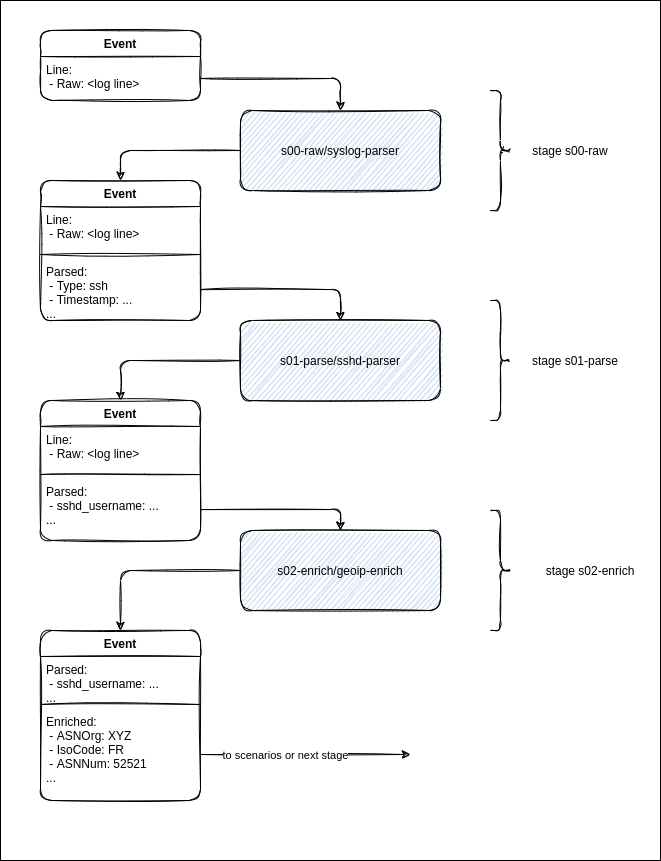
Above: crowdsec-docs/static/img/global-parser-diagrams.png in crowdsecurity/crowdsec-docs (draw.io), before the change. Source tidied: cells renumbered, new cells last; positions are measured from the earlier drawing's top-left corner, leaving out a move shared by most shapes.
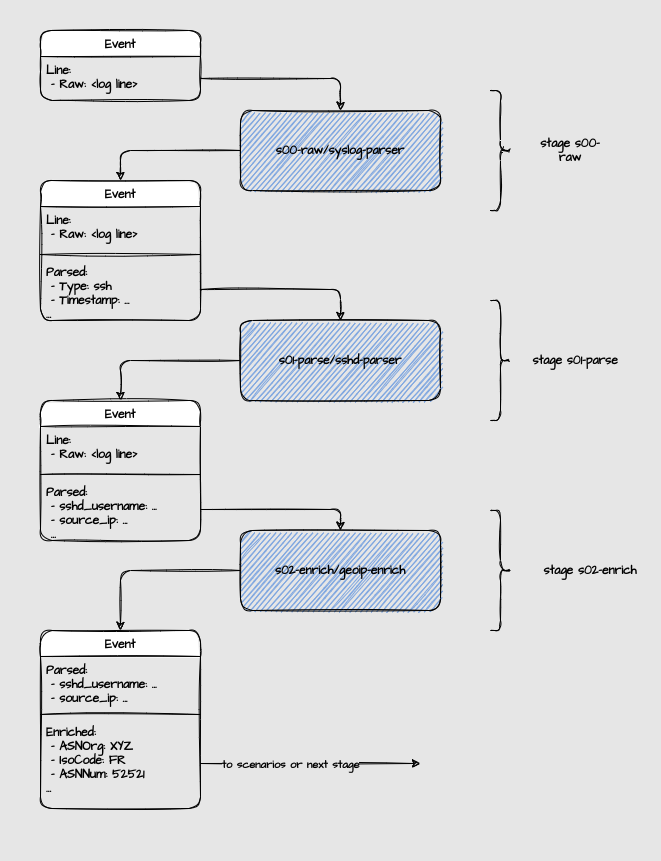
After the change.

The edit, as a diff of the source:
```diff
@@ -2,111 +2,111 @@
   <root>
     <mxCell id="0" />
     <mxCell id="1" parent="0" />
-    <mxCell id="2" style="rounded=0;whiteSpace=wrap;html=1;sketch=0;fillColor=#FFFFFF;" parent="1" vertex="1">
+    <mxCell id="2" style="rounded=0;whiteSpace=wrap;html=1;sketch=0;fillColor=#E6E6E6;fontFamily=Architects Daughter;fontSource=https%3A%2F%2Ffonts.googleapis.com%2Fcss%3Ffamily%3DArchitects%2BDaughter;fontStyle=1;strokeColor=#E6E6E6;" parent="1" vertex="1">
       <mxGeometry width="660" height="860" as="geometry" />
     </mxCell>
-    <mxCell id="3" value="Event" style="swimlane;fontStyle=1;align=center;verticalAlign=top;horizontal=1;startSize=26;rounded=1;sketch=1;" parent="1" vertex="1">
+    <mxCell id="3" value="Event" style="swimlane;fontStyle=1;align=center;verticalAlign=top;horizontal=1;startSize=26;rounded=1;sketch=1;fontFamily=Architects Daughter;fontSource=https%3A%2F%2Ffonts.googleapis.com%2Fcss%3Ffamily%3DArchitects%2BDaughter;" parent="1" vertex="1">
       <mxGeometry x="40" y="30" width="160" height="70" as="geometry" />
     </mxCell>
-    <mxCell id="4" value="Line:&#10; - Raw: &lt;log line&gt;" style="text;strokeColor=none;fillColor=none;align=left;verticalAlign=top;spacingLeft=4;spacingRight=4;overflow=hidden;points=[[0,0.5],[1,0.5]];portConstraint=eastwest;rounded=1;sketch=1;" parent="3" vertex="1">
+    <mxCell id="4" value="Line:&#10; - Raw: &lt;log line&gt;" style="text;strokeColor=none;fillColor=none;align=left;verticalAlign=top;spacingLeft=4;spacingRight=4;overflow=hidden;points=[[0,0.5],[1,0.5]];portConstraint=eastwest;rounded=1;sketch=1;fontFamily=Architects Daughter;fontSource=https%3A%2F%2Ffonts.googleapis.com%2Fcss%3Ffamily%3DArchitects%2BDaughter;fontStyle=1;" parent="3" vertex="1">
       <mxGeometry y="26" width="160" height="44" as="geometry" />
     </mxCell>
-    <mxCell id="5" style="edgeStyle=orthogonalEdgeStyle;jettySize=auto;html=1;entryX=0.5;entryY=0;entryDx=0;entryDy=0;sketch=1;" parent="1" edge="1" source="6" target="8">
+    <mxCell id="5" style="edgeStyle=orthogonalEdgeStyle;jettySize=auto;html=1;entryX=0.5;entryY=0;entryDx=0;entryDy=0;sketch=1;fontFamily=Architects Daughter;fontSource=https%3A%2F%2Ffonts.googleapis.com%2Fcss%3Ffamily%3DArchitects%2BDaughter;fontStyle=1;" parent="1" edge="1" source="6" target="8">
       <mxGeometry relative="1" as="geometry" />
     </mxCell>
-    <mxCell id="6" value="s00-raw/syslog-parser" style="whiteSpace=wrap;html=1;rounded=1;sketch=1;fillColor=#D4E1F5;" parent="1" vertex="1">
+    <mxCell id="6" value="s00-raw/syslog-parser" style="whiteSpace=wrap;html=1;rounded=1;sketch=1;fontFamily=Architects Daughter;fontSource=https%3A%2F%2Ffonts.googleapis.com%2Fcss%3Ffamily%3DArchitects%2BDaughter;fontStyle=1;fillColor=#7EA6E0;" parent="1" vertex="1">
       <mxGeometry x="240" y="110" width="200" height="80" as="geometry" />
     </mxCell>
-    <mxCell id="7" style="edgeStyle=orthogonalEdgeStyle;jettySize=auto;html=1;entryX=0.5;entryY=0;entryDx=0;entryDy=0;sketch=1;" parent="1" edge="1" source="4" target="6">
+    <mxCell id="7" style="edgeStyle=orthogonalEdgeStyle;jettySize=auto;html=1;entryX=0.5;entryY=0;entryDx=0;entryDy=0;sketch=1;fontFamily=Architects Daughter;fontSource=https%3A%2F%2Ffonts.googleapis.com%2Fcss%3Ffamily%3DArchitects%2BDaughter;fontStyle=1;" parent="1" edge="1" source="4" target="6">
       <mxGeometry relative="1" as="geometry" />
     </mxCell>
-    <mxCell id="8" value="Event" style="swimlane;fontStyle=1;align=center;verticalAlign=top;horizontal=1;startSize=26;rounded=1;sketch=1;" parent="1" vertex="1">
+    <mxCell id="8" value="Event" style="swimlane;fontStyle=1;align=center;verticalAlign=top;horizontal=1;startSize=26;rounded=1;sketch=1;fontFamily=Architects Daughter;fontSource=https%3A%2F%2Ffonts.googleapis.com%2Fcss%3Ffamily%3DArchitects%2BDaughter;" parent="1" vertex="1">
       <mxGeometry x="40" y="180" width="160" height="140" as="geometry" />
     </mxCell>
-    <mxCell id="9" value="Line:&#10; - Raw: &lt;log line&gt;" style="text;strokeColor=none;fillColor=none;align=left;verticalAlign=top;spacingLeft=4;spacingRight=4;overflow=hidden;fontStyle=0;rounded=1;sketch=1;" parent="8" vertex="1">
+    <mxCell id="9" value="Line:&#10; - Raw: &lt;log line&gt;" style="text;strokeColor=none;fillColor=none;align=left;verticalAlign=top;spacingLeft=4;spacingRight=4;overflow=hidden;fontStyle=1;rounded=1;sketch=1;fontFamily=Architects Daughter;fontSource=https%3A%2F%2Ffonts.googleapis.com%2Fcss%3Ffamily%3DArchitects%2BDaughter;" parent="8" vertex="1">
       <mxGeometry y="26" width="160" height="44" as="geometry" />
     </mxCell>
-    <mxCell id="10" style="line;strokeWidth=1;fillColor=none;align=left;verticalAlign=middle;spacingTop=-1;spacingLeft=3;spacingRight=3;labelPosition=right;rounded=1;sketch=1;" parent="8" vertex="1">
+    <mxCell id="10" style="line;strokeWidth=1;fillColor=none;align=left;verticalAlign=middle;spacingTop=-1;spacingLeft=3;spacingRight=3;labelPosition=right;rounded=1;sketch=1;fontFamily=Architects Daughter;fontSource=https%3A%2F%2Ffonts.googleapis.com%2Fcss%3Ffamily%3DArchitects%2BDaughter;fontStyle=1;" parent="8" vertex="1">
       <mxGeometry y="70" width="160" height="8" as="geometry" />
     </mxCell>
-    <mxCell id="11" value="Parsed:&#10; - Type: ssh&#10; - Timestamp: ...&#10;..." style="text;strokeColor=none;fillColor=none;align=left;verticalAlign=top;spacingLeft=4;spacingRight=4;overflow=hidden;points=[[0,0.5],[1,0.5]];portConstraint=eastwest;rounded=1;sketch=1;" parent="8" vertex="1">
+    <mxCell id="11" value="Parsed:&#10; - Type: ssh&#10; - Timestamp: ...&#10;..." style="text;strokeColor=none;fillColor=none;align=left;verticalAlign=top;spacingLeft=4;spacingRight=4;overflow=hidden;points=[[0,0.5],[1,0.5]];portConstraint=eastwest;rounded=1;sketch=1;fontFamily=Architects Daughter;fontSource=https%3A%2F%2Ffonts.googleapis.com%2Fcss%3Ffamily%3DArchitects%2BDaughter;fontStyle=1;" parent="8" vertex="1">
       <mxGeometry y="78" width="160" height="62" as="geometry" />
     </mxCell>
-    <mxCell id="12" style="edgeStyle=orthogonalEdgeStyle;jettySize=auto;html=1;entryX=0.5;entryY=0;entryDx=0;entryDy=0;sketch=1;" parent="1" edge="1" source="13" target="17">
+    <mxCell id="12" style="edgeStyle=orthogonalEdgeStyle;jettySize=auto;html=1;entryX=0.5;entryY=0;entryDx=0;entryDy=0;sketch=1;fontFamily=Architects Daughter;fontSource=https%3A%2F%2Ffonts.googleapis.com%2Fcss%3Ffamily%3DArchitects%2BDaughter;fontStyle=1;" parent="1" edge="1" source="13" target="17">
       <mxGeometry relative="1" as="geometry" />
     </mxCell>
-    <mxCell id="13" value="s01-parse/sshd-parser" style="whiteSpace=wrap;html=1;rounded=1;sketch=1;fillColor=#D4E1F5;" parent="1" vertex="1">
+    <mxCell id="13" value="s01-parse/sshd-parser" style="whiteSpace=wrap;html=1;rounded=1;sketch=1;fontFamily=Architects Daughter;fontSource=https%3A%2F%2Ffonts.googleapis.com%2Fcss%3Ffamily%3DArchitects%2BDaughter;fontStyle=1;fillColor=#7EA6E0;" parent="1" vertex="1">
       <mxGeometry x="240" y="320" width="200" height="80" as="geometry" />
     </mxCell>
-    <mxCell id="14" style="edgeStyle=orthogonalEdgeStyle;jettySize=auto;html=1;entryX=0.5;entryY=0;entryDx=0;entryDy=0;sketch=1;" parent="1" edge="1" source="15" target="22">
+    <mxCell id="14" style="edgeStyle=orthogonalEdgeStyle;jettySize=auto;html=1;entryX=0.5;entryY=0;entryDx=0;entryDy=0;sketch=1;fontFamily=Architects Daughter;fontSource=https%3A%2F%2Ffonts.googleapis.com%2Fcss%3Ffamily%3DArchitects%2BDaughter;fontStyle=1;" parent="1" edge="1" source="15" target="22">
       <mxGeometry relative="1" as="geometry" />
     </mxCell>
-    <mxCell id="15" value="s02-enrich/geoip-enrich" style="whiteSpace=wrap;html=1;rounded=1;sketch=1;fillColor=#D4E1F5;" parent="1" vertex="1">
+    <mxCell id="15" value="s02-enrich/geoip-enrich" style="whiteSpace=wrap;html=1;rounded=1;sketch=1;fontFamily=Architects Daughter;fontSource=https%3A%2F%2Ffonts.googleapis.com%2Fcss%3Ffamily%3DArchitects%2BDaughter;fontStyle=1;fillColor=#7EA6E0;" parent="1" vertex="1">
       <mxGeometry x="240" y="530" width="200" height="80" as="geometry" />
     </mxCell>
-    <mxCell id="16" style="edgeStyle=orthogonalEdgeStyle;jettySize=auto;html=1;entryX=0.5;entryY=0;entryDx=0;entryDy=0;sketch=1;" parent="1" edge="1" source="11" target="13">
+    <mxCell id="16" style="edgeStyle=orthogonalEdgeStyle;jettySize=auto;html=1;entryX=0.5;entryY=0;entryDx=0;entryDy=0;sketch=1;fontFamily=Architects Daughter;fontSource=https%3A%2F%2Ffonts.googleapis.com%2Fcss%3Ffamily%3DArchitects%2BDaughter;fontStyle=1;" parent="1" edge="1" source="11" target="13">
       <mxGeometry relative="1" as="geometry" />
     </mxCell>
-    <mxCell id="17" value="Event" style="swimlane;fontStyle=1;align=center;verticalAlign=top;horizontal=1;startSize=26;rounded=1;sketch=1;" parent="1" vertex="1">
+    <mxCell id="17" value="Event" style="swimlane;fontStyle=1;align=center;verticalAlign=top;horizontal=1;startSize=26;rounded=1;sketch=1;fontFamily=Architects Daughter;fontSource=https%3A%2F%2Ffonts.googleapis.com%2Fcss%3Ffamily%3DArchitects%2BDaughter;" parent="1" vertex="1">
       <mxGeometry x="40" y="400" width="160" height="140" as="geometry" />
     </mxCell>
-    <mxCell id="18" value="Line:&#10; - Raw: &lt;log line&gt;" style="text;strokeColor=none;fillColor=none;align=left;verticalAlign=top;spacingLeft=4;spacingRight=4;overflow=hidden;rounded=1;sketch=1;" parent="17" vertex="1">
+    <mxCell id="18" value="Line:&#10; - Raw: &lt;log line&gt;" style="text;strokeColor=none;fillColor=none;align=left;verticalAlign=top;spacingLeft=4;spacingRight=4;overflow=hidden;rounded=1;sketch=1;fontFamily=Architects Daughter;fontSource=https%3A%2F%2Ffonts.googleapis.com%2Fcss%3Ffamily%3DArchitects%2BDaughter;fontStyle=1;" parent="17" vertex="1">
       <mxGeometry y="26" width="160" height="44" as="geometry" />
     </mxCell>
-    <mxCell id="19" style="line;strokeWidth=1;fillColor=none;align=left;verticalAlign=middle;spacingTop=-1;spacingLeft=3;spacingRight=3;labelPosition=right;rounded=1;sketch=1;" parent="17" vertex="1">
+    <mxCell id="19" style="line;strokeWidth=1;fillColor=none;align=left;verticalAlign=middle;spacingTop=-1;spacingLeft=3;spacingRight=3;labelPosition=right;rounded=1;sketch=1;fontFamily=Architects Daughter;fontSource=https%3A%2F%2Ffonts.googleapis.com%2Fcss%3Ffamily%3DArchitects%2BDaughter;fontStyle=1;" parent="17" vertex="1">
       <mxGeometry y="70" width="160" height="8" as="geometry" />
     </mxCell>
-    <mxCell id="20" value="Parsed:&#10; - sshd_username: ...&#10;..." style="text;strokeColor=none;fillColor=none;align=left;verticalAlign=top;spacingLeft=4;spacingRight=4;overflow=hidden;points=[[0,0.5],[1,0.5]];portConstraint=eastwest;rounded=1;sketch=1;" parent="17" vertex="1">
+    <mxCell id="20" value="Parsed:&#10; - sshd_username: ...&#10; - source_ip: ...&#10; ..." style="text;strokeColor=none;fillColor=none;align=left;verticalAlign=top;spacingLeft=4;spacingRight=4;overflow=hidden;points=[[0,0.5],[1,0.5]];portConstraint=eastwest;rounded=1;sketch=1;fontFamily=Architects Daughter;fontSource=https%3A%2F%2Ffonts.googleapis.com%2Fcss%3Ffamily%3DArchitects%2BDaughter;fontStyle=1;" parent="17" vertex="1">
       <mxGeometry y="78" width="160" height="62" as="geometry" />
     </mxCell>
-    <mxCell id="21" style="edgeStyle=orthogonalEdgeStyle;jettySize=auto;html=1;entryX=0.5;entryY=0;entryDx=0;entryDy=0;sketch=1;" parent="1" edge="1" source="20" target="15">
+    <mxCell id="21" style="edgeStyle=orthogonalEdgeStyle;jettySize=auto;html=1;entryX=0.5;entryY=0;entryDx=0;entryDy=0;sketch=1;fontFamily=Architects Daughter;fontSource=https%3A%2F%2Ffonts.googleapis.com%2Fcss%3Ffamily%3DArchitects%2BDaughter;fontStyle=1;" parent="1" edge="1" source="20" target="15">
       <mxGeometry relative="1" as="geometry" />
     </mxCell>
-    <mxCell id="22" value="Event" style="swimlane;fontStyle=1;align=center;verticalAlign=top;horizontal=1;startSize=26;rounded=1;sketch=1;" parent="1" vertex="1">
-      <mxGeometry x="40" y="630" width="160" height="170" as="geometry" />
+    <mxCell id="22" value="Event" style="swimlane;fontStyle=1;align=center;verticalAlign=top;horizontal=1;startSize=26;rounded=1;sketch=1;fontFamily=Architects Daughter;fontSource=https%3A%2F%2Ffonts.googleapis.com%2Fcss%3Ffamily%3DArchitects%2BDaughter;" parent="1" vertex="1">
+      <mxGeometry x="40" y="630" width="160" height="178" as="geometry" />
     </mxCell>
-    <mxCell id="23" value="Parsed:&#10; - sshd_username: ...&#10;..." style="text;strokeColor=none;fillColor=none;align=left;verticalAlign=top;spacingLeft=4;spacingRight=4;overflow=hidden;rounded=1;sketch=1;" parent="22" vertex="1">
-      <mxGeometry y="26" width="160" height="44" as="geometry" />
+    <mxCell id="23" value="Parsed:&#10; - sshd_username: ...&#10; - source_ip: ...&#10;" style="text;strokeColor=none;fillColor=none;align=left;verticalAlign=top;spacingLeft=4;spacingRight=4;overflow=hidden;rounded=1;sketch=1;fontFamily=Architects Daughter;fontSource=https%3A%2F%2Ffonts.googleapis.com%2Fcss%3Ffamily%3DArchitects%2BDaughter;fontStyle=1;" parent="22" vertex="1">
+      <mxGeometry y="26" width="160" height="54" as="geometry" />
     </mxCell>
-    <mxCell id="24" style="line;strokeWidth=1;fillColor=none;align=left;verticalAlign=middle;spacingTop=-1;spacingLeft=3;spacingRight=3;labelPosition=right;rounded=1;sketch=1;" parent="22" vertex="1">
-      <mxGeometry y="70" width="160" height="8" as="geometry" />
+    <mxCell id="24" style="line;strokeWidth=1;fillColor=none;align=left;verticalAlign=middle;spacingTop=-1;spacingLeft=3;spacingRight=3;labelPosition=right;rounded=1;sketch=1;fontFamily=Architects Daughter;fontSource=https%3A%2F%2Ffonts.googleapis.com%2Fcss%3Ffamily%3DArchitects%2BDaughter;fontStyle=1;" parent="22" vertex="1">
+      <mxGeometry y="80" width="160" height="8" as="geometry" />
     </mxCell>
-    <mxCell id="25" value="Enriched:&#10; - ASNOrg: XYZ&#10; - IsoCode: FR&#10; - ASNNum: 52521&#10;..." style="text;strokeColor=none;fillColor=none;align=left;verticalAlign=top;spacingLeft=4;spacingRight=4;overflow=hidden;points=[[0,0.5],[1,0.5]];portConstraint=eastwest;rounded=1;sketch=1;" parent="22" vertex="1">
-      <mxGeometry y="78" width="160" height="92" as="geometry" />
+    <mxCell id="25" value="Enriched:&#10; - ASNOrg: XYZ&#10; - IsoCode: FR&#10; - ASNNum: 52521&#10;..." style="text;strokeColor=none;fillColor=none;align=left;verticalAlign=top;spacingLeft=4;spacingRight=4;overflow=hidden;points=[[0,0.5],[1,0.5]];portConstraint=eastwest;rounded=1;sketch=1;fontFamily=Architects Daughter;fontSource=https%3A%2F%2Ffonts.googleapis.com%2Fcss%3Ffamily%3DArchitects%2BDaughter;fontStyle=1;" parent="22" vertex="1">
+      <mxGeometry y="88" width="160" height="90" as="geometry" />
     </mxCell>
-    <mxCell id="26" style="edgeStyle=orthogonalEdgeStyle;jettySize=auto;html=1;sketch=1;" parent="1" edge="1" source="25">
+    <mxCell id="26" style="edgeStyle=orthogonalEdgeStyle;jettySize=auto;html=1;sketch=1;fontFamily=Architects Daughter;fontSource=https%3A%2F%2Ffonts.googleapis.com%2Fcss%3Ffamily%3DArchitects%2BDaughter;fontStyle=1;" parent="1" edge="1" source="25">
       <mxGeometry relative="1" as="geometry">
-        <mxPoint x="410" y="754" as="targetPoint" />
+        <mxPoint x="420" y="763" as="targetPoint" />
       </mxGeometry>
     </mxCell>
-    <mxCell id="27" value="to scenarios or next stage" style="edgeLabel;html=1;align=center;verticalAlign=middle;rounded=1;sketch=1;" parent="26" vertex="1">
+    <mxCell id="27" value="to scenarios or next stage" style="edgeLabel;html=1;align=center;verticalAlign=middle;rounded=1;sketch=1;fontFamily=Architects Daughter;fontSource=https%3A%2F%2Ffonts.googleapis.com%2Fcss%3Ffamily%3DArchitects%2BDaughter;fontStyle=1;labelBackgroundColor=#E6E6E6;" parent="26" vertex="1">
       <mxGeometry x="-0.19" relative="1" as="geometry" />
     </mxCell>
-    <mxCell id="28" style="group;rounded=1;sketch=1;" parent="1" vertex="1">
+    <mxCell id="28" style="group;rounded=1;sketch=1;fontFamily=Architects Daughter;fontSource=https%3A%2F%2Ffonts.googleapis.com%2Fcss%3Ffamily%3DArchitects%2BDaughter;fontStyle=1;" parent="1" vertex="1">
       <mxGeometry x="490" y="90" width="120" height="120" as="geometry" />
     </mxCell>
-    <mxCell id="29" style="shape=curlyBracket;whiteSpace=wrap;html=1;flipH=1;rounded=1;sketch=1;" parent="28" vertex="1">
+    <mxCell id="29" style="shape=curlyBracket;whiteSpace=wrap;html=1;flipH=1;rounded=1;sketch=1;fontFamily=Architects Daughter;fontSource=https%3A%2F%2Ffonts.googleapis.com%2Fcss%3Ffamily%3DArchitects%2BDaughter;fontStyle=1;" parent="28" vertex="1">
       <mxGeometry width="20" height="120" as="geometry" />
     </mxCell>
-    <mxCell id="30" value="stage s00-raw" style="text;html=1;strokeColor=none;fillColor=none;align=center;verticalAlign=middle;whiteSpace=wrap;rounded=1;sketch=1;" parent="28" vertex="1">
+    <mxCell id="30" value="stage s00-raw" style="text;html=1;strokeColor=none;fillColor=none;align=center;verticalAlign=middle;whiteSpace=wrap;rounded=1;sketch=1;fontFamily=Architects Daughter;fontSource=https%3A%2F%2Ffonts.googleapis.com%2Fcss%3Ffamily%3DArchitects%2BDaughter;fontStyle=1;" parent="28" vertex="1">
       <mxGeometry x="40" y="50" width="80" height="20" as="geometry" />
     </mxCell>
-    <mxCell id="31" style="group;rounded=1;sketch=1;" parent="1" vertex="1">
+    <mxCell id="31" style="group;rounded=1;sketch=1;fontFamily=Architects Daughter;fontSource=https%3A%2F%2Ffonts.googleapis.com%2Fcss%3Ffamily%3DArchitects%2BDaughter;fontStyle=1;" parent="1" vertex="1">
       <mxGeometry x="490" y="300" width="130" height="120" as="geometry" />
     </mxCell>
-    <mxCell id="32" style="shape=curlyBracket;whiteSpace=wrap;html=1;flipH=1;rounded=1;sketch=1;" parent="31" vertex="1">
+    <mxCell id="32" style="shape=curlyBracket;whiteSpace=wrap;html=1;flipH=1;rounded=1;sketch=1;fontFamily=Architects Daughter;fontSource=https%3A%2F%2Ffonts.googleapis.com%2Fcss%3Ffamily%3DArchitects%2BDaughter;fontStyle=1;" parent="31" vertex="1">
       <mxGeometry width="20" height="120" as="geometry" />
     </mxCell>
-    <mxCell id="33" value="stage s01-parse" style="text;html=1;strokeColor=none;fillColor=none;align=center;verticalAlign=middle;whiteSpace=wrap;rounded=1;sketch=1;" parent="31" vertex="1">
+    <mxCell id="33" value="stage s01-parse" style="text;html=1;strokeColor=none;fillColor=none;align=center;verticalAlign=middle;whiteSpace=wrap;rounded=1;sketch=1;fontFamily=Architects Daughter;fontSource=https%3A%2F%2Ffonts.googleapis.com%2Fcss%3Ffamily%3DArchitects%2BDaughter;fontStyle=1;" parent="31" vertex="1">
       <mxGeometry x="40" y="50" width="90" height="20" as="geometry" />
     </mxCell>
-    <mxCell id="34" style="group;rounded=1;sketch=1;" parent="1" vertex="1">
+    <mxCell id="34" style="group;rounded=1;sketch=1;fontFamily=Architects Daughter;fontSource=https%3A%2F%2Ffonts.googleapis.com%2Fcss%3Ffamily%3DArchitects%2BDaughter;fontStyle=1;" parent="1" vertex="1">
       <mxGeometry x="490" y="510" width="160" height="120" as="geometry" />
     </mxCell>
-    <mxCell id="35" style="shape=curlyBracket;whiteSpace=wrap;html=1;flipH=1;rounded=1;sketch=1;" parent="34" vertex="1">
+    <mxCell id="35" style="shape=curlyBracket;whiteSpace=wrap;html=1;flipH=1;rounded=1;sketch=1;fontFamily=Architects Daughter;fontSource=https%3A%2F%2Ffonts.googleapis.com%2Fcss%3Ffamily%3DArchitects%2BDaughter;fontStyle=1;" parent="34" vertex="1">
       <mxGeometry width="20" height="120" as="geometry" />
     </mxCell>
-    <mxCell id="36" value="stage s02-enrich" style="text;html=1;strokeColor=none;fillColor=none;align=center;verticalAlign=middle;whiteSpace=wrap;rounded=1;sketch=1;" parent="34" vertex="1">
+    <mxCell id="36" value="stage s02-enrich" style="text;html=1;strokeColor=none;fillColor=none;align=center;verticalAlign=middle;whiteSpace=wrap;rounded=1;sketch=1;fontFamily=Architects Daughter;fontSource=https%3A%2F%2Ffonts.googleapis.com%2Fcss%3Ffamily%3DArchitects%2BDaughter;fontStyle=1;" parent="34" vertex="1">
       <mxGeometry x="40" y="50" width="120" height="20" as="geometry" />
     </mxCell>
   </root>
```
